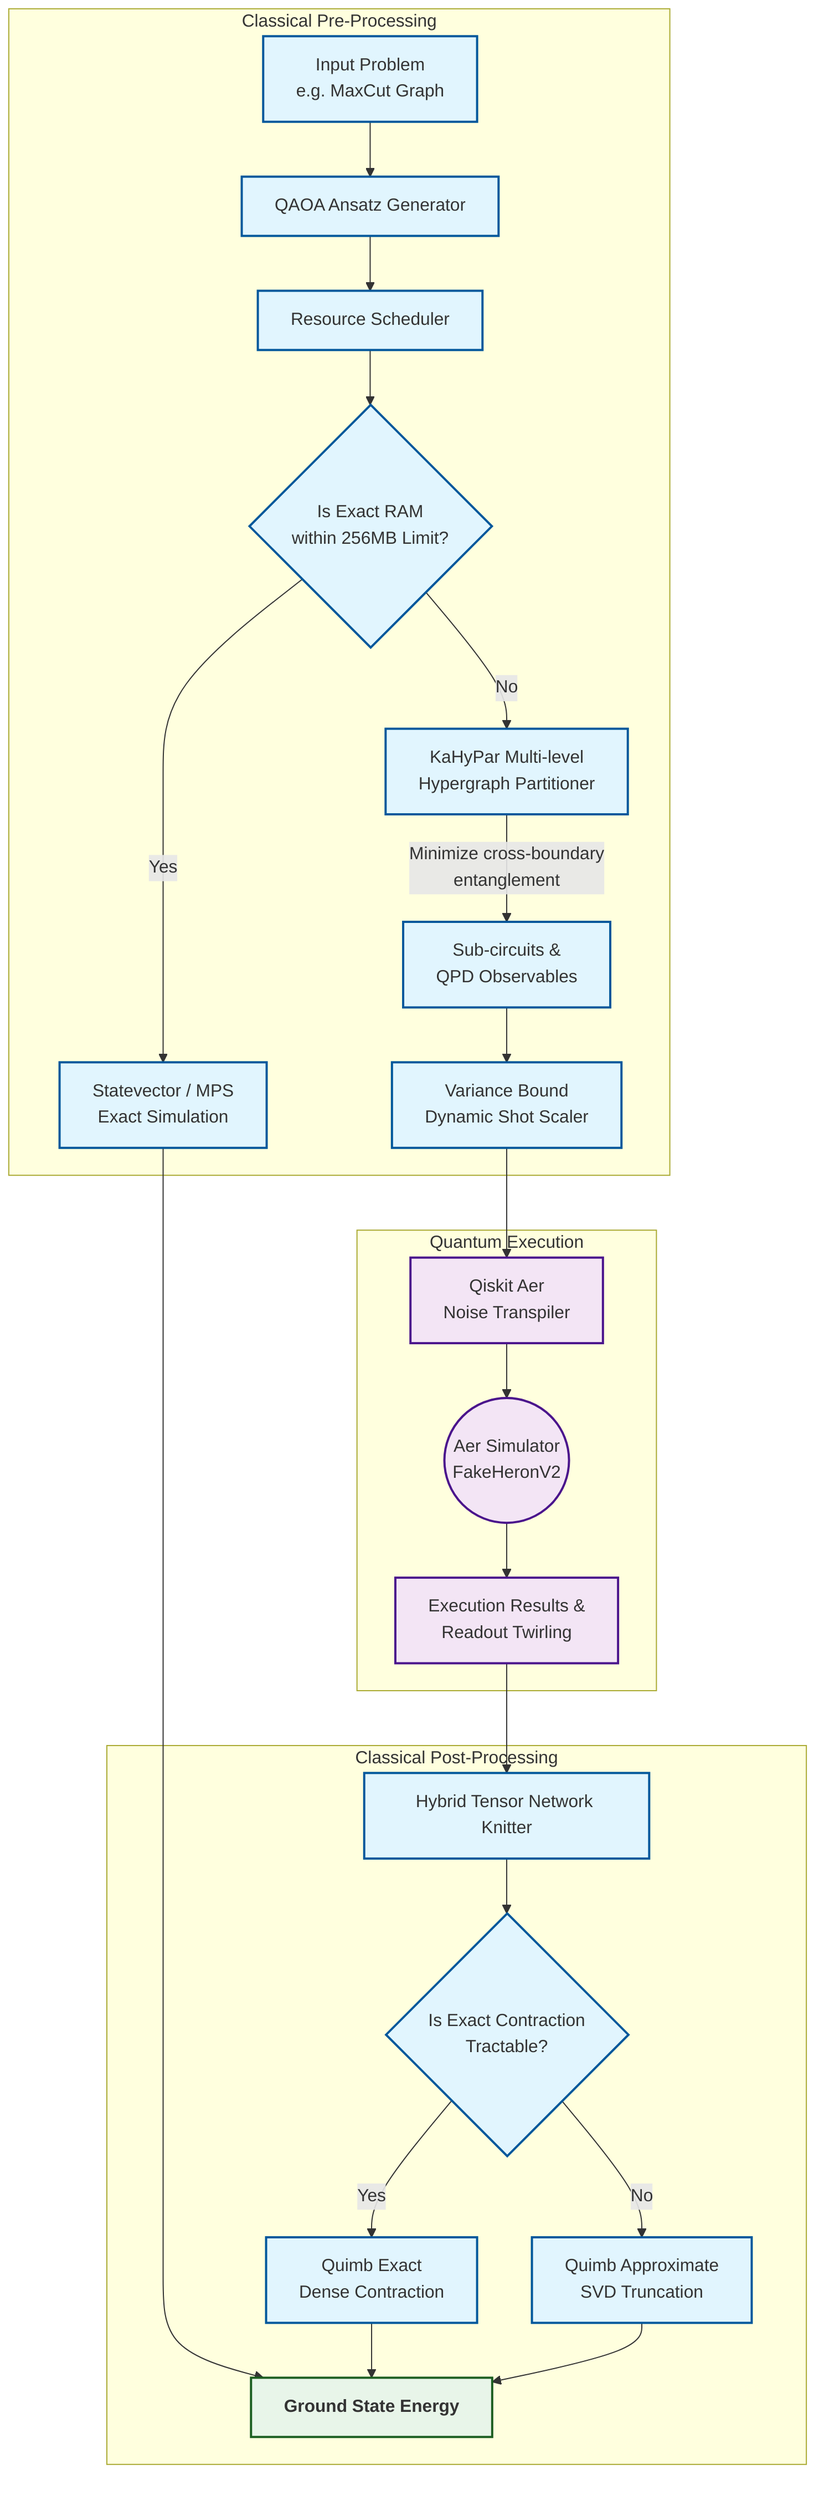
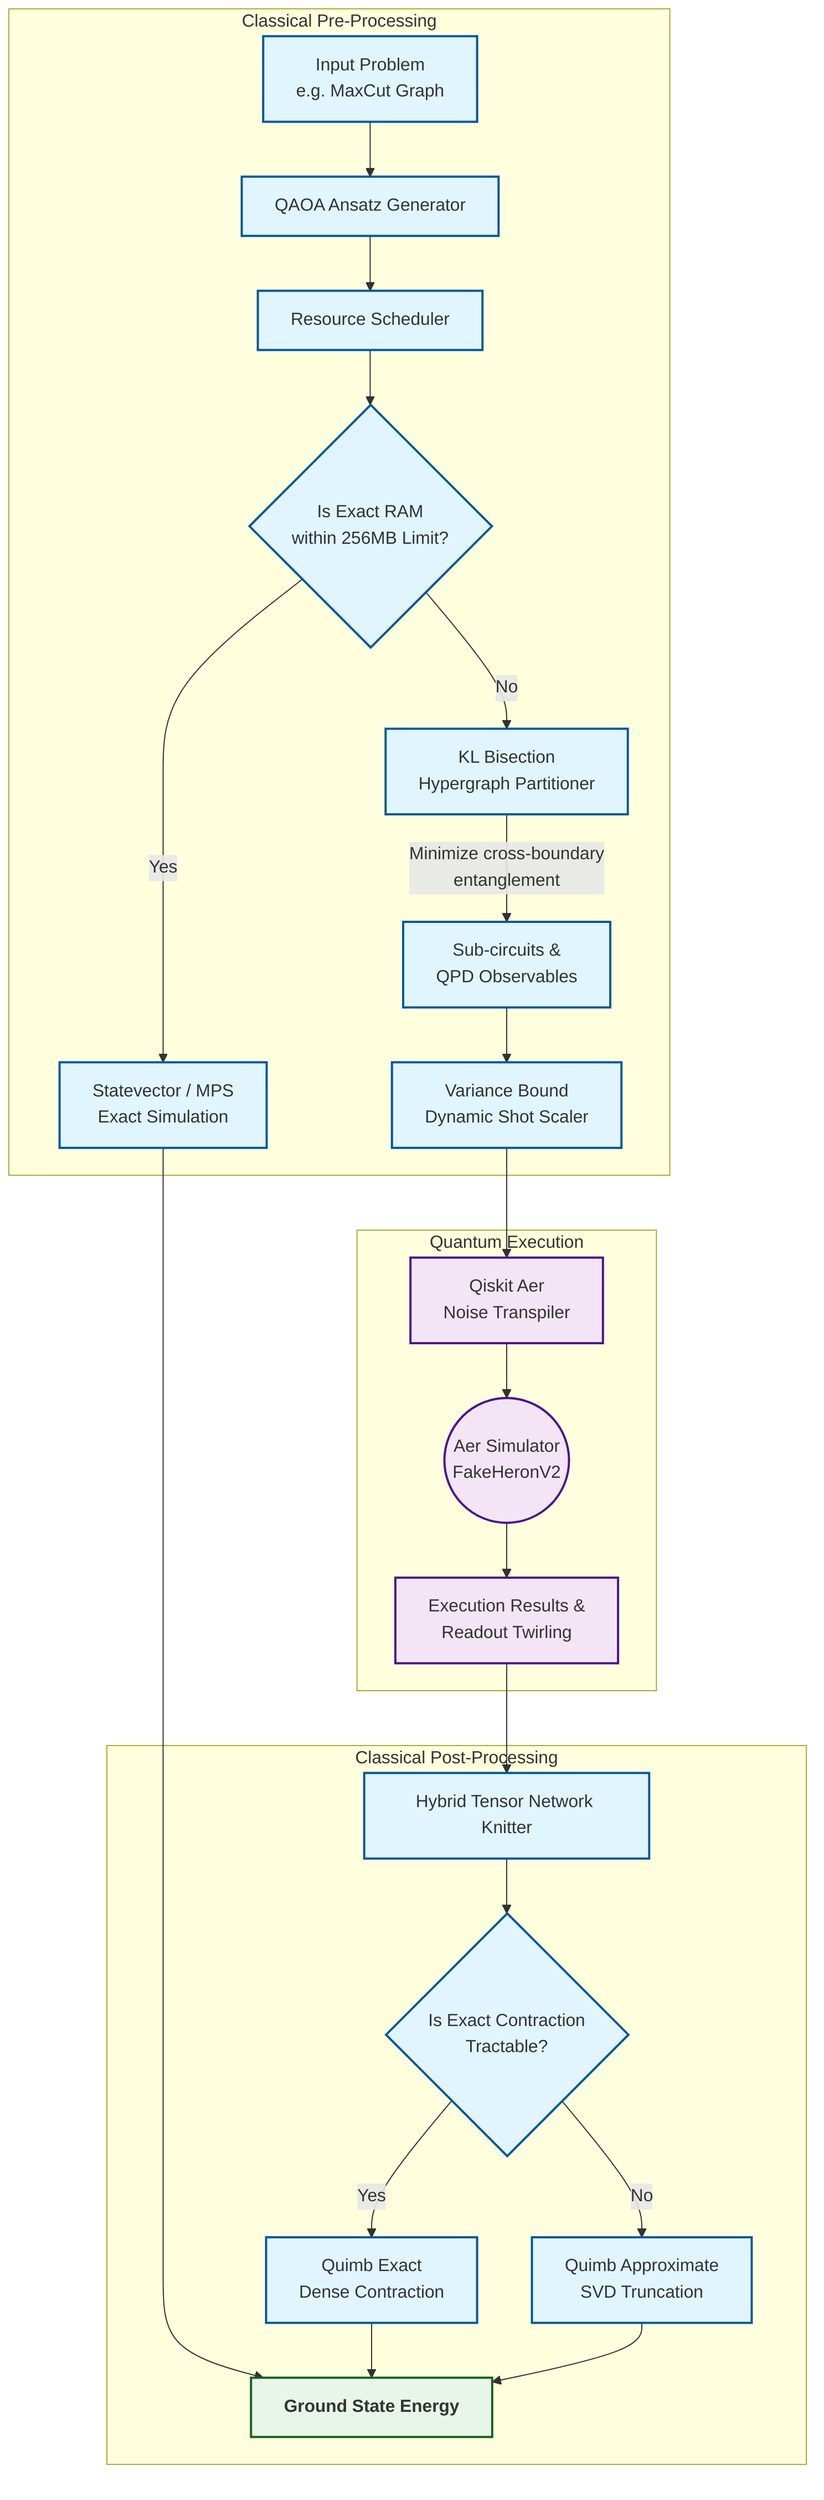
graph TD
    subgraph Classical Pre-Processing
        A[Input Problem <br> e.g. MaxCut Graph] --> B[QAOA Ansatz Generator]
        B --> C[Resource Scheduler]
        C --> D{Is Exact RAM <br> within 256MB Limit?}

        D -- Yes --> E[Statevector / MPS <br> Exact Simulation]
-         D -- No --> F[KaHyPar Multi-level <br> Hypergraph Partitioner]
+         D -- No --> F[KL Bisection <br> Hypergraph Partitioner]

        F -->|Minimize cross-boundary <br> entanglement| G[Sub-circuits & <br> QPD Observables]
        G --> H[Variance Bound <br> Dynamic Shot Scaler]
    end

    subgraph Quantum Execution
        H --> I[Qiskit Aer <br> Noise Transpiler]
        I --> J((Aer Simulator <br> FakeHeronV2))
        J --> K[Execution Results & <br> Readout Twirling]
    end

    subgraph Classical Post-Processing
        E --> L[Ground State Energy]
        K --> M[Hybrid Tensor Network Knitter]

        M --> N{Is Exact Contraction <br> Tractable?}
        N -- Yes --> O[Quimb Exact <br> Dense Contraction]
        N -- No --> P[Quimb Approximate <br> SVD Truncation]

        O --> L
        P --> L
    end

    classDef classic fill:#e1f5fe,stroke:#01579b,stroke-width:2px;
    classDef quantum fill:#f3e5f5,stroke:#4a148c,stroke-width:2px;
    classDef endpoint fill:#e8f5e9,stroke:#1b5e20,stroke-width:2px,font-weight:bold;

    class A,B,C,D,E,F,G,H,M,N,O,P classic;
    class I,J,K quantum;
    class L endpoint;
